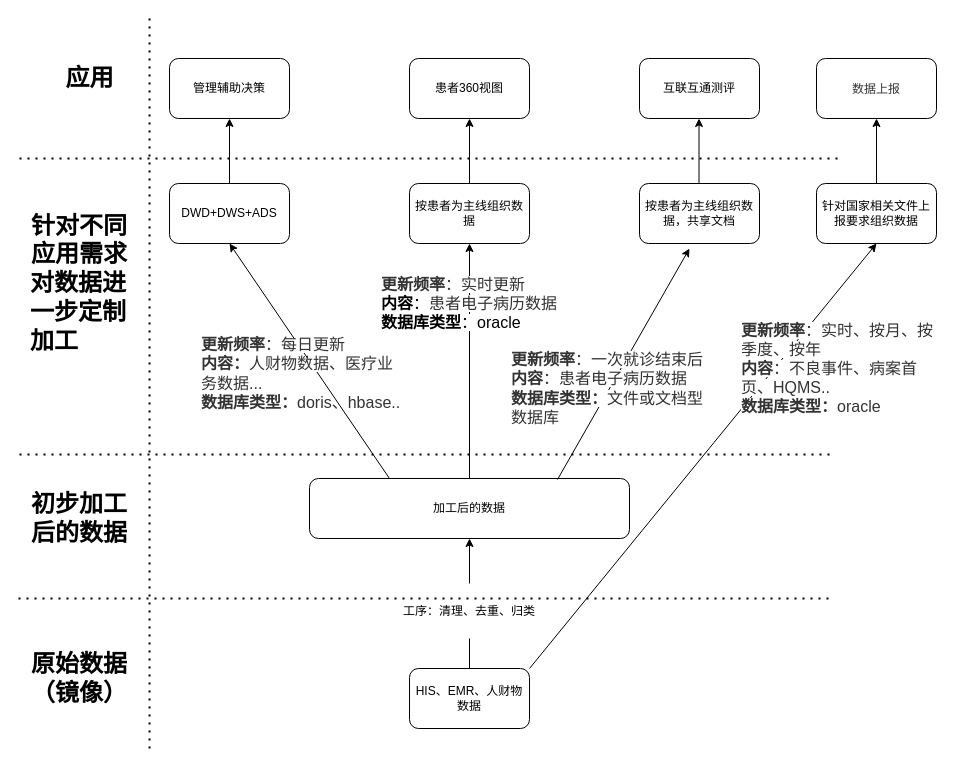
Above: page "第 2 页 的副本" (3 of 3) of 生鲜仓库的类比例子.drawio in goylsf/image (draw.io), before the change. Source tidied: cells renumbered, new cells numbered last; positions are measured from the earlier drawing's top-left corner, leaving out a move shared by most shapes. Both pictures are drawn from the tidied source at 100%, with x=0, y=0 at pixel (18, 18).
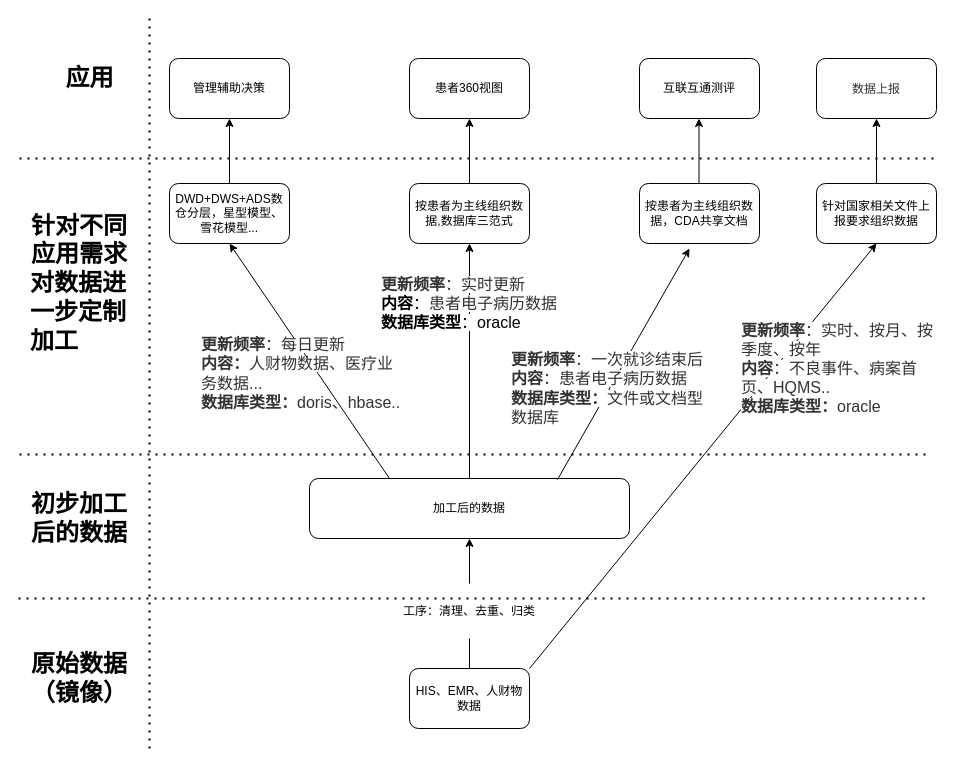
The same page after the edit.

Commit message:
更新生鲜仓库的类比例子.drawio

Change to the diagram source:
```diff
@@
-    <mxCell id="6" value="DWD+DWS+ADS" style="rounded=1;whiteSpace=wrap;html=1;" parent="1" vertex="1">
+    <mxCell id="6" value="DWD+DWS+ADS数仓分层，星型模型、雪花模型..." style="rounded=1;whiteSpace=wrap;html=1;" parent="1" vertex="1">
       <mxGeometry x="151" y="165" width="120" height="60" as="geometry" />
     </mxCell>
-    <mxCell id="7" value="按患者为主线组织数据" style="rounded=1;whiteSpace=wrap;html=1;" parent="1" vertex="1">
+    <mxCell id="7" value="按患者为主线组织数据,数据库三范式" style="rounded=1;whiteSpace=wrap;html=1;" parent="1" vertex="1">
       <mxGeometry x="391" y="165" width="120" height="60" as="geometry" />
     </mxCell>
@@
     <mxCell id="19" style="endArrow=none;dashed=1;html=1;dashPattern=1 3;strokeWidth=2;rounded=0;fontSize=12;" parent="1" edge="1">
       <mxGeometry relative="1" as="geometry">
         <mxPoint x="1" y="140" as="sourcePoint" />
-        <mxPoint x="821" y="140" as="targetPoint" />
+        <mxPoint x="921" y="140" as="targetPoint" />
       </mxGeometry>
     </mxCell>
@@
     <mxCell id="21" style="endArrow=none;dashed=1;html=1;dashPattern=1 3;strokeWidth=2;rounded=0;fontSize=12;" parent="1" edge="1">
       <mxGeometry relative="1" as="geometry">
         <mxPoint x="1" y="436" as="sourcePoint" />
-        <mxPoint x="811" y="436" as="targetPoint" />
+        <mxPoint x="911" y="436" as="targetPoint" />
       </mxGeometry>
     </mxCell>
@@
     <mxCell id="24" style="endArrow=none;dashed=1;html=1;dashPattern=1 3;strokeWidth=2;rounded=0;fontSize=12;" parent="1" edge="1">
       <mxGeometry relative="1" as="geometry">
         <mxPoint y="580" as="sourcePoint" />
-        <mxPoint x="810" y="580" as="targetPoint" />
+        <mxPoint x="911" y="580" as="targetPoint" />
       </mxGeometry>
     </mxCell>
@@
-    <mxCell id="31" value="按患者为主线组织数据，共享文档" style="rounded=1;whiteSpace=wrap;html=1;" parent="1" vertex="1">
+    <mxCell id="31" value="按患者为主线组织数据，CDA共享文档" style="rounded=1;whiteSpace=wrap;html=1;" parent="1" vertex="1">
       <mxGeometry x="621" y="165" width="120" height="60" as="geometry" />
     </mxCell>
```
